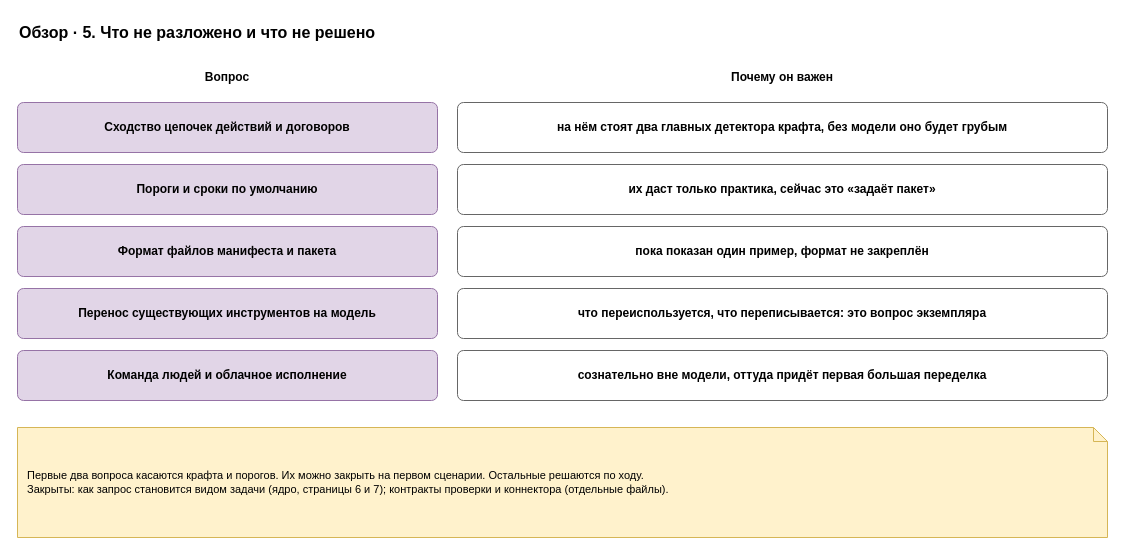
The draw.io diagram page "5. Открытые вопросы" (5 of 7) of docs/spec/harness-overview.drawio in roygkov/reins, before the edit. Source tidied: cells renumbered, new cells numbered last; positions are measured from the earlier drawing's top-left corner, leaving out a move shared by most shapes. Both pictures are drawn from the tidied source at 100%, with x=0, y=0 at pixel (17, 17).
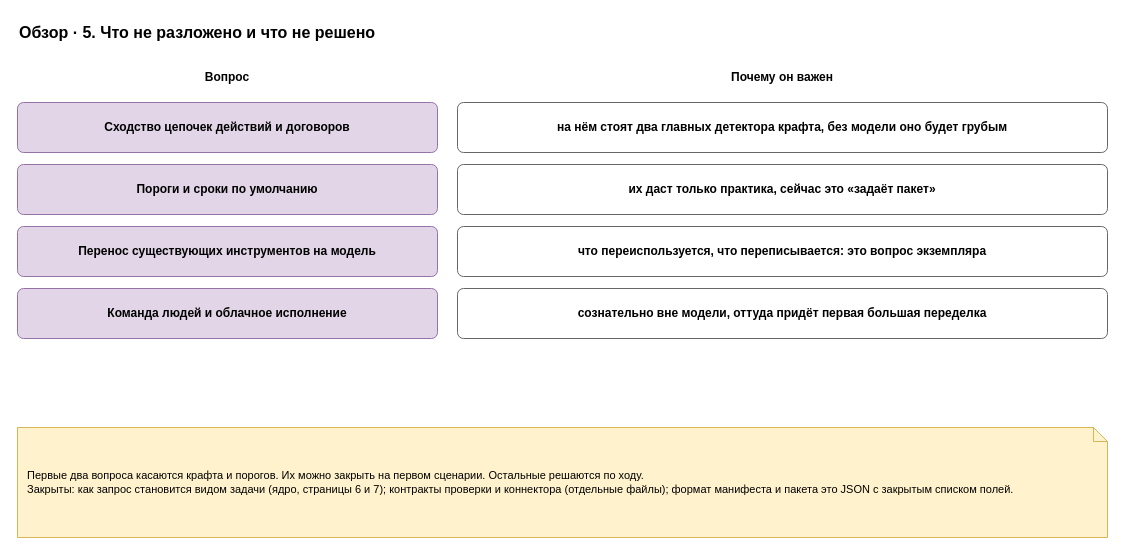
The same diagram, later.

Diff of the diagram source:
```diff
@@
 <mxGraphModel>
   <root>
     <mxCell id="0" />
     <mxCell id="1" parent="0" />
     <mxCell id="2" value="Обзор · 5. Что не разложено и что не решено" style="text;html=1;align=left;verticalAlign=middle;whiteSpace=wrap;fontSize=16;strokeColor=none;fillColor=none;fontStyle=1;" parent="1" vertex="1">
       <mxGeometry width="900" height="30" as="geometry" />
     </mxCell>
     <mxCell id="3" value="Вопрос" style="text;html=1;align=center;verticalAlign=middle;whiteSpace=wrap;fontSize=12;strokeColor=none;fillColor=none;fontStyle=1;" parent="1" vertex="1">
       <mxGeometry y="45" width="420" height="30" as="geometry" />
     </mxCell>
     <mxCell id="4" value="Почему он важен" style="text;html=1;align=center;verticalAlign=middle;whiteSpace=wrap;fontSize=12;strokeColor=none;fillColor=none;fontStyle=1;" parent="1" vertex="1">
       <mxGeometry x="440" y="45" width="650" height="30" as="geometry" />
     </mxCell>
     <mxCell id="5" value="&lt;b&gt;Сходство цепочек действий и договоров&lt;/b&gt;" style="rounded=1;whiteSpace=wrap;html=1;fillColor=#e1d5e7;strokeColor=#9673a6;arcSize=12;" parent="1" vertex="1">
       <mxGeometry y="85" width="420" height="50" as="geometry" />
     </mxCell>
     <mxCell id="6" value="&lt;b&gt;на нём стоят два главных детектора крафта, без модели оно будет грубым&lt;/b&gt;" style="rounded=1;whiteSpace=wrap;html=1;fillColor=#ffffff;strokeColor=#666666;arcSize=12;fontStyle=0;" parent="1" vertex="1">
       <mxGeometry x="440" y="85" width="650" height="50" as="geometry" />
     </mxCell>
     <mxCell id="7" value="&lt;b&gt;Пороги и сроки по умолчанию&lt;/b&gt;" style="rounded=1;whiteSpace=wrap;html=1;fillColor=#e1d5e7;strokeColor=#9673a6;arcSize=12;" parent="1" vertex="1">
       <mxGeometry y="147" width="420" height="50" as="geometry" />
     </mxCell>
     <mxCell id="8" value="&lt;b&gt;их даст только практика, сейчас это «задаёт пакет»&lt;/b&gt;" style="rounded=1;whiteSpace=wrap;html=1;fillColor=#ffffff;strokeColor=#666666;arcSize=12;fontStyle=0;" parent="1" vertex="1">
       <mxGeometry x="440" y="147" width="650" height="50" as="geometry" />
     </mxCell>
-    <mxCell id="9" value="&lt;b&gt;Формат файлов манифеста и пакета&lt;/b&gt;" style="rounded=1;whiteSpace=wrap;html=1;fillColor=#e1d5e7;strokeColor=#9673a6;arcSize=12;" parent="1" vertex="1">
+    <mxCell id="9" value="&lt;b&gt;Перенос существующих инструментов на модель&lt;/b&gt;" style="rounded=1;whiteSpace=wrap;html=1;fillColor=#e1d5e7;strokeColor=#9673a6;arcSize=12;" parent="1" vertex="1">
       <mxGeometry y="209" width="420" height="50" as="geometry" />
     </mxCell>
-    <mxCell id="10" value="&lt;b&gt;пока показан один пример, формат не закреплён&lt;/b&gt;" style="rounded=1;whiteSpace=wrap;html=1;fillColor=#ffffff;strokeColor=#666666;arcSize=12;fontStyle=0;" parent="1" vertex="1">
+    <mxCell id="10" value="&lt;b&gt;что переиспользуется, что переписывается: это вопрос экземпляра&lt;/b&gt;" style="rounded=1;whiteSpace=wrap;html=1;fillColor=#ffffff;strokeColor=#666666;arcSize=12;fontStyle=0;" parent="1" vertex="1">
       <mxGeometry x="440" y="209" width="650" height="50" as="geometry" />
     </mxCell>
-    <mxCell id="11" value="&lt;b&gt;Перенос существующих инструментов на модель&lt;/b&gt;" style="rounded=1;whiteSpace=wrap;html=1;fillColor=#e1d5e7;strokeColor=#9673a6;arcSize=12;" parent="1" vertex="1">
+    <mxCell id="11" value="&lt;b&gt;Команда людей и облачное исполнение&lt;/b&gt;" style="rounded=1;whiteSpace=wrap;html=1;fillColor=#e1d5e7;strokeColor=#9673a6;arcSize=12;" parent="1" vertex="1">
       <mxGeometry y="271" width="420" height="50" as="geometry" />
     </mxCell>
-    <mxCell id="12" value="&lt;b&gt;что переиспользуется, что переписывается: это вопрос экземпляра&lt;/b&gt;" style="rounded=1;whiteSpace=wrap;html=1;fillColor=#ffffff;strokeColor=#666666;arcSize=12;fontStyle=0;" parent="1" vertex="1">
+    <mxCell id="12" value="&lt;b&gt;сознательно вне модели, оттуда придёт первая большая переделка&lt;/b&gt;" style="rounded=1;whiteSpace=wrap;html=1;fillColor=#ffffff;strokeColor=#666666;arcSize=12;fontStyle=0;" parent="1" vertex="1">
       <mxGeometry x="440" y="271" width="650" height="50" as="geometry" />
     </mxCell>
-    <mxCell id="13" value="&lt;b&gt;Команда людей и облачное исполнение&lt;/b&gt;" style="rounded=1;whiteSpace=wrap;html=1;fillColor=#e1d5e7;strokeColor=#9673a6;arcSize=12;" parent="1" vertex="1">
-      <mxGeometry y="333" width="420" height="50" as="geometry" />
+    <mxCell id="13" value="Первые два вопроса касаются крафта и порогов. Их можно закрыть на первом сценарии. Остальные решаются по ходу.&lt;br&gt;Закрыты: как запрос становится видом задачи (ядро, страницы 6 и 7); контракты проверки и коннектора (отдельные файлы); формат манифеста и пакета это JSON с закрытым списком полей." style="shape=note;whiteSpace=wrap;html=1;backgroundOutline=1;size=14;fillColor=#fff2cc;strokeColor=#d6b656;align=left;spacingLeft=8;spacingRight=8;fontSize=11;" parent="1" vertex="1">
+      <mxGeometry y="410" width="1090" height="110" as="geometry" />
     </mxCell>
-    <mxCell id="14" value="&lt;b&gt;сознательно вне модели, оттуда придёт первая большая переделка&lt;/b&gt;" style="rounded=1;whiteSpace=wrap;html=1;fillColor=#ffffff;strokeColor=#666666;arcSize=12;fontStyle=0;" parent="1" vertex="1">
-      <mxGeometry x="440" y="333" width="650" height="50" as="geometry" />
-    </mxCell>
-    <mxCell id="15" value="Первые два вопроса касаются крафта и порогов. Их можно закрыть на первом сценарии. Остальные решаются по ходу.&lt;br&gt;Закрыты: как запрос становится видом задачи (ядро, страницы 6 и 7); контракты проверки и коннектора (отдельные файлы)." style="shape=note;whiteSpace=wrap;html=1;backgroundOutline=1;size=14;fillColor=#fff2cc;strokeColor=#d6b656;align=left;spacingLeft=8;spacingRight=8;fontSize=11;" parent="1" vertex="1">
-      <mxGeometry y="410" width="1090" height="110" as="geometry" />
-    </mxCell>
   </root>
 </mxGraphModel>
```
